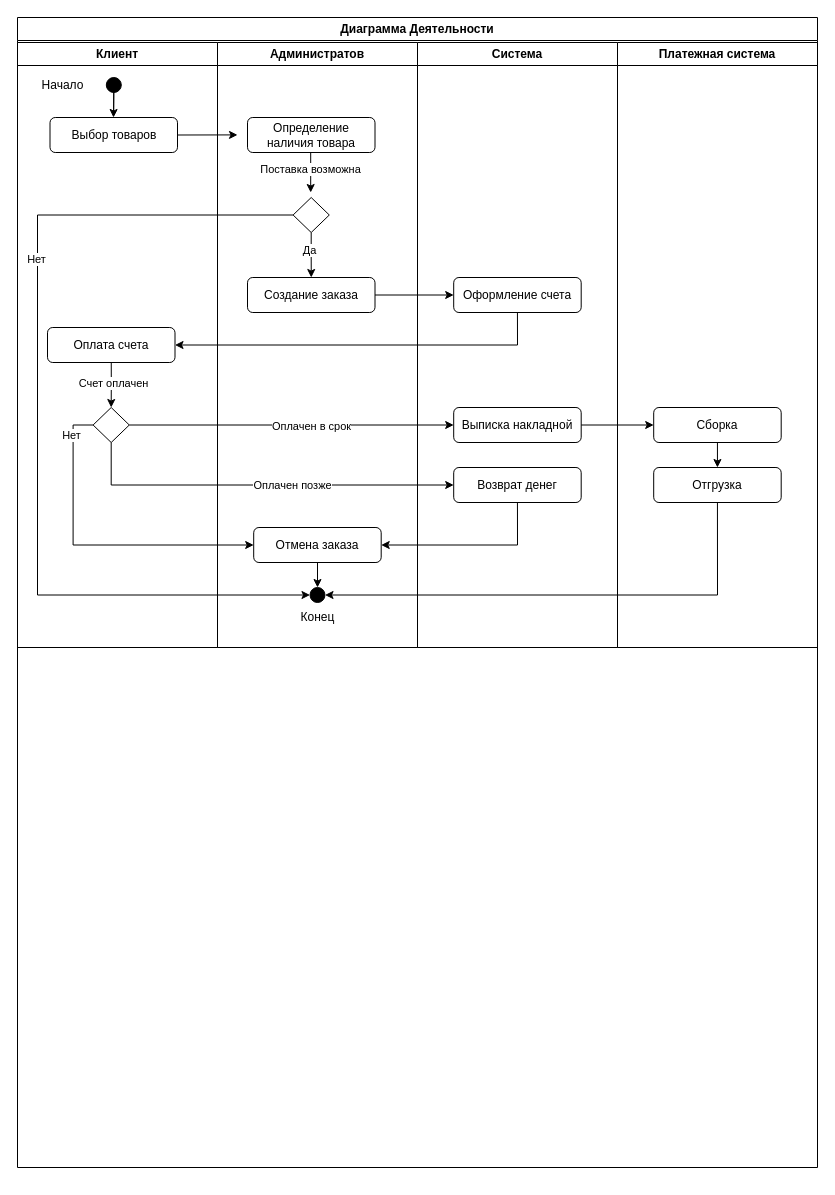
dubnart/netology keeps this draw.io diagram as Диаграмма деятельности.drawio. Above is the earlier version. Source tidied: cells renumbered, new cells numbered last; positions are measured from the earlier drawing's top-left corner, leaving out a move shared by most shapes. Both pictures are drawn from the tidied source at 100%, with x=0, y=0 at pixel (17, 17).
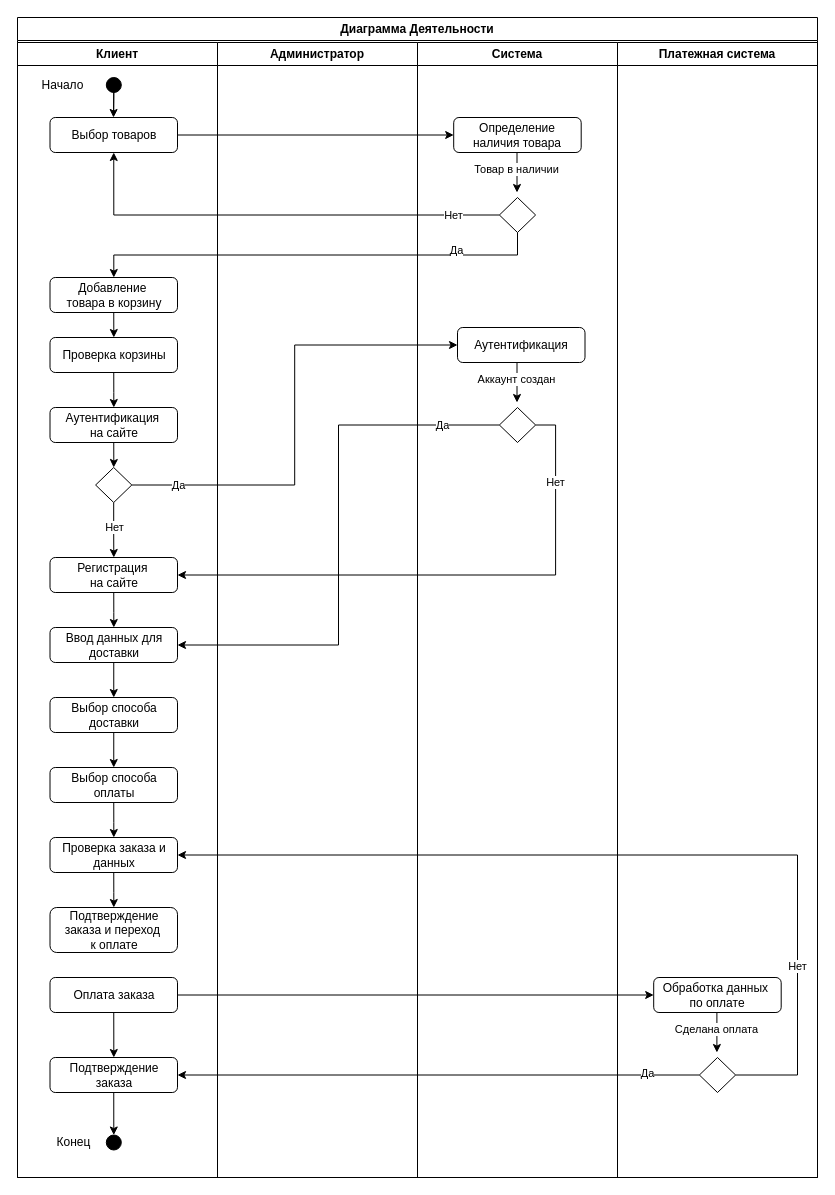
After the change.

Unchanged cells that the change refers to:
```xml
<mxCell id="6" value="Выбор товаров" style="rounded=1;whiteSpace=wrap;html=1;" parent="3" vertex="1">
  <mxGeometry x="32.5" y="75" width="127.5" height="35" as="geometry" />
</mxCell>
```

Change to the diagram source:
```diff
@@
     <mxCell id="2" value="Диаграмма Деятельности" style="swimlane;whiteSpace=wrap;html=1;" parent="1" vertex="1">
-      <mxGeometry width="800" height="1150" as="geometry" />
+      <mxGeometry width="800" height="1160" as="geometry" />
     </mxCell>
     <mxCell id="3" value="Клиент" style="swimlane;whiteSpace=wrap;html=1;" parent="2" vertex="1">
-      <mxGeometry y="25" width="200" height="605" as="geometry" />
+      <mxGeometry y="25" width="200" height="1135" as="geometry" />
     </mxCell>
@@
-    <mxCell id="9" style="edgeStyle=orthogonalEdgeStyle;rounded=0;jettySize=auto;html=1;exitX=0.5;exitY=1;exitDx=0;exitDy=0;" parent="3" edge="1" source="11" target="12">
-      <mxGeometry relative="1" as="geometry" />
-    </mxCell>
-    <mxCell id="10" value="Счет оплачен" style="edgeLabel;html=1;align=center;verticalAlign=middle;" parent="9" vertex="1">
-      <mxGeometry x="-0.06" y="2" relative="1" as="geometry" />
-    </mxCell>
-    <mxCell id="11" value="Оплата счета" style="rounded=1;whiteSpace=wrap;html=1;" parent="3" vertex="1">
-      <mxGeometry x="30" y="285" width="127.5" height="35" as="geometry" />
-    </mxCell>
-    <mxCell id="12" style="rhombus;whiteSpace=wrap;html=1;" parent="3" vertex="1">
-      <mxGeometry x="75.6" y="365" width="36.2" height="35" as="geometry" />
-    </mxCell>
+    <mxCell id="47" style="edgeStyle=orthogonalEdgeStyle;rounded=0;jettySize=auto;html=1;exitX=0.5;exitY=1;exitDx=0;exitDy=0;" parent="3" edge="1" source="29" target="49">
+      <mxGeometry relative="1" as="geometry" />
+    </mxCell>
+    <mxCell id="29" value="Добавление&amp;nbsp;&lt;div&gt;товара&amp;nbsp;&lt;span style=&quot;background-color: initial;&quot;&gt;в корзину&lt;/span&gt;&lt;/div&gt;" style="rounded=1;whiteSpace=wrap;html=1;" parent="3" vertex="1">
+      <mxGeometry x="32.5" y="235" width="127.5" height="35" as="geometry" />
+    </mxCell>
+    <mxCell id="48" style="edgeStyle=orthogonalEdgeStyle;rounded=0;jettySize=auto;html=1;exitX=0.5;exitY=1;exitDx=0;exitDy=0;" parent="3" edge="1" source="49" target="51">
+      <mxGeometry relative="1" as="geometry" />
+    </mxCell>
+    <mxCell id="49" value="Проверка корзины" style="rounded=1;whiteSpace=wrap;html=1;" parent="3" vertex="1">
+      <mxGeometry x="32.5" y="295" width="127.5" height="35" as="geometry" />
+    </mxCell>
+    <mxCell id="50" style="edgeStyle=orthogonalEdgeStyle;rounded=0;jettySize=auto;html=1;exitX=0.5;exitY=1;exitDx=0;exitDy=0;" parent="3" edge="1" source="51" target="56">
+      <mxGeometry relative="1" as="geometry" />
+    </mxCell>
+    <mxCell id="51" value="Аутентификация&amp;nbsp;&lt;div&gt;на сайте&lt;/div&gt;" style="rounded=1;whiteSpace=wrap;html=1;" parent="3" vertex="1">
+      <mxGeometry x="32.5" y="365" width="127.5" height="35" as="geometry" />
+    </mxCell>
+    <mxCell id="52" style="edgeStyle=orthogonalEdgeStyle;rounded=0;jettySize=auto;html=1;exitX=0.5;exitY=1;exitDx=0;exitDy=0;" parent="3" edge="1" source="53" target="58">
+      <mxGeometry relative="1" as="geometry" />
+    </mxCell>
+    <mxCell id="53" value="Регистрация&amp;nbsp;&lt;div&gt;на сайте&lt;/div&gt;" style="rounded=1;whiteSpace=wrap;html=1;" parent="3" vertex="1">
+      <mxGeometry x="32.5" y="515" width="127.5" height="35" as="geometry" />
+    </mxCell>
+    <mxCell id="54" style="edgeStyle=orthogonalEdgeStyle;rounded=0;jettySize=auto;html=1;exitX=0.5;exitY=1;exitDx=0;exitDy=0;" parent="3" edge="1" source="56" target="53">
+      <mxGeometry relative="1" as="geometry" />
+    </mxCell>
+    <mxCell id="55" value="Нет" style="edgeLabel;html=1;align=center;verticalAlign=middle;" parent="54" vertex="1">
+      <mxGeometry x="-0.13" relative="1" as="geometry" />
+    </mxCell>
+    <mxCell id="56" style="rhombus;whiteSpace=wrap;html=1;" parent="3" vertex="1">
+      <mxGeometry x="78.1" y="425" width="36.2" height="35" as="geometry" />
+    </mxCell>
+    <mxCell id="57" style="edgeStyle=orthogonalEdgeStyle;rounded=0;jettySize=auto;html=1;exitX=0.5;exitY=1;exitDx=0;exitDy=0;entryX=0.5;entryY=0;entryDx=0;entryDy=0;" parent="3" edge="1" source="58" target="60">
+      <mxGeometry relative="1" as="geometry" />
+    </mxCell>
+    <mxCell id="58" value="Ввод данных для доставки" style="rounded=1;whiteSpace=wrap;html=1;" parent="3" vertex="1">
+      <mxGeometry x="32.5" y="585" width="127.5" height="35" as="geometry" />
+    </mxCell>
+    <mxCell id="59" style="edgeStyle=orthogonalEdgeStyle;rounded=0;jettySize=auto;html=1;exitX=0.5;exitY=1;exitDx=0;exitDy=0;entryX=0.5;entryY=0;entryDx=0;entryDy=0;" parent="3" edge="1" source="60" target="62">
+      <mxGeometry relative="1" as="geometry" />
+    </mxCell>
+    <mxCell id="60" value="Выбор способа доставки" style="rounded=1;whiteSpace=wrap;html=1;" parent="3" vertex="1">
+      <mxGeometry x="32.5" y="655" width="127.5" height="35" as="geometry" />
+    </mxCell>
+    <mxCell id="61" style="edgeStyle=orthogonalEdgeStyle;rounded=0;jettySize=auto;html=1;exitX=0.5;exitY=1;exitDx=0;exitDy=0;" parent="3" edge="1" source="62" target="64">
+      <mxGeometry relative="1" as="geometry" />
+    </mxCell>
+    <mxCell id="62" value="Выбор способа оплаты" style="rounded=1;whiteSpace=wrap;html=1;" parent="3" vertex="1">
+      <mxGeometry x="32.5" y="725" width="127.5" height="35" as="geometry" />
+    </mxCell>
+    <mxCell id="63" style="edgeStyle=orthogonalEdgeStyle;rounded=0;jettySize=auto;html=1;exitX=0.5;exitY=1;exitDx=0;exitDy=0;" parent="3" edge="1" source="64" target="65">
+      <mxGeometry relative="1" as="geometry" />
+    </mxCell>
+    <mxCell id="64" value="Проверка заказа и данных" style="rounded=1;whiteSpace=wrap;html=1;" parent="3" vertex="1">
+      <mxGeometry x="32.5" y="795" width="127.5" height="35" as="geometry" />
+    </mxCell>
+    <mxCell id="65" value="Подтверждение заказа и&amp;nbsp;&lt;span style=&quot;background-color: initial;&quot;&gt;переход&amp;nbsp;&lt;/span&gt;&lt;div&gt;&lt;span style=&quot;background-color: initial;&quot;&gt;к оплате&lt;/span&gt;&lt;/div&gt;" style="rounded=1;whiteSpace=wrap;html=1;" parent="3" vertex="1">
+      <mxGeometry x="32.5" y="865" width="127.5" height="45" as="geometry" />
+    </mxCell>
+    <mxCell id="66" style="edgeStyle=orthogonalEdgeStyle;rounded=0;jettySize=auto;html=1;exitX=0.5;exitY=1;exitDx=0;exitDy=0;" parent="3" edge="1" source="67" target="69">
+      <mxGeometry relative="1" as="geometry" />
+    </mxCell>
+    <mxCell id="67" value="Оплата заказа" style="rounded=1;whiteSpace=wrap;html=1;" parent="3" vertex="1">
+      <mxGeometry x="32.5" y="935" width="127.5" height="35" as="geometry" />
+    </mxCell>
+    <mxCell id="68" style="edgeStyle=orthogonalEdgeStyle;rounded=0;jettySize=auto;html=1;exitX=0.5;exitY=1;exitDx=0;exitDy=0;entryX=0.5;entryY=0;entryDx=0;entryDy=0;" parent="3" edge="1" source="69" target="70">
+      <mxGeometry relative="1" as="geometry" />
+    </mxCell>
+    <mxCell id="69" value="Подтверждение заказа" style="rounded=1;whiteSpace=wrap;html=1;" parent="3" vertex="1">
+      <mxGeometry x="32.5" y="1015" width="127.5" height="35" as="geometry" />
+    </mxCell>
+    <mxCell id="27" value="Конец" style="text;html=1;align=center;verticalAlign=middle;strokeColor=none;fillColor=none;" parent="3" vertex="1">
+      <mxGeometry x="25.6" y="1085" width="60" height="30" as="geometry" />
+    </mxCell>
+    <mxCell id="70" style="ellipse;whiteSpace=wrap;html=1;fillColor=#000000;" parent="3" vertex="1">
+      <mxGeometry x="88.8" y="1092.5" width="15" height="15" as="geometry" />
+    </mxCell>
-    <mxCell id="13" value="Администратов" style="swimlane;whiteSpace=wrap;html=1;startSize=23;" parent="2" vertex="1">
-      <mxGeometry x="200" y="25" width="200" height="605" as="geometry" />
+    <mxCell id="13" value="Администратор" style="swimlane;whiteSpace=wrap;html=1;startSize=23;" parent="2" vertex="1">
+      <mxGeometry x="200" y="25" width="200" height="1135" as="geometry" />
     </mxCell>
-    <mxCell id="14" style="endArrow=classic;html=1;rounded=0;exitX=1;exitY=0.5;exitDx=0;exitDy=0;" parent="13" edge="1" source="6">
-      <mxGeometry relative="1" as="geometry">
-        <mxPoint x="20" y="92.4" as="targetPoint" />
-      </mxGeometry>
-    </mxCell>
+    <mxCell id="28" value="Система" style="swimlane;whiteSpace=wrap;html=1;startSize=23;" parent="2" vertex="1">
+      <mxGeometry x="400" y="25" width="200" height="1135" as="geometry" />
+    </mxCell>
-    <mxCell id="15" value="Определение&lt;div&gt;наличия товара&lt;/div&gt;" style="rounded=1;whiteSpace=wrap;html=1;" parent="13" vertex="1">
-      <mxGeometry x="30" y="75" width="127.5" height="35" as="geometry" />
+    <mxCell id="15" value="Определение&lt;div&gt;наличия товара&lt;/div&gt;" style="rounded=1;whiteSpace=wrap;html=1;" parent="28" vertex="1">
+      <mxGeometry x="36.2" y="75" width="127.5" height="35" as="geometry" />
     </mxCell>
-    <mxCell id="16" style="endArrow=classic;html=1;rounded=0;" parent="13" edge="1">
+    <mxCell id="16" style="endArrow=classic;html=1;rounded=0;" parent="28" edge="1">
       <mxGeometry relative="1" as="geometry">
-        <mxPoint x="93.2" y="110" as="sourcePoint" />
-        <mxPoint x="93.2" y="150" as="targetPoint" />
+        <mxPoint x="99.5" y="110" as="sourcePoint" />
+        <mxPoint x="99.5" y="150" as="targetPoint" />
       </mxGeometry>
     </mxCell>
-    <mxCell id="17" value="Поставка возможна" style="edgeLabel;html=1;align=center;verticalAlign=middle;" parent="16" vertex="1">
+    <mxCell id="17" value="Товар в наличии" style="edgeLabel;html=1;align=center;verticalAlign=middle;" parent="16" vertex="1">
       <mxGeometry x="-0.18" y="-1" relative="1" as="geometry" />
     </mxCell>
+    <mxCell id="22" style="rhombus;whiteSpace=wrap;html=1;" parent="28" vertex="1">
+      <mxGeometry x="81.9" y="155" width="36.2" height="35" as="geometry" />
+    </mxCell>
+    <mxCell id="71" value="Аутентификация" style="rounded=1;whiteSpace=wrap;html=1;" parent="28" vertex="1">
+      <mxGeometry x="40" y="285" width="127.5" height="35" as="geometry" />
+    </mxCell>
+    <mxCell id="72" style="endArrow=classic;html=1;rounded=0;" parent="28" edge="1">
+      <mxGeometry relative="1" as="geometry">
+        <mxPoint x="99.5" y="320" as="sourcePoint" />
+        <mxPoint x="99.5" y="360" as="targetPoint" />
+      </mxGeometry>
+    </mxCell>
+    <mxCell id="73" value="Аккаунт создан" style="edgeLabel;html=1;align=center;verticalAlign=middle;" parent="72" vertex="1">
+      <mxGeometry x="-0.18" y="-1" relative="1" as="geometry" />
+    </mxCell>
+    <mxCell id="74" style="rhombus;whiteSpace=wrap;html=1;" parent="28" vertex="1">
+      <mxGeometry x="81.9" y="365" width="36.2" height="35" as="geometry" />
+    </mxCell>
+    <mxCell id="32" value="Платежная система" style="swimlane;whiteSpace=wrap;html=1;" parent="2" vertex="1">
+      <mxGeometry x="600" y="25" width="200" height="1135" as="geometry" />
+    </mxCell>
+    <mxCell id="75" value="Обработка данных&amp;nbsp;&lt;div&gt;по оплате&lt;/div&gt;" style="rounded=1;whiteSpace=wrap;html=1;" parent="32" vertex="1">
+      <mxGeometry x="36.2" y="935" width="127.5" height="35" as="geometry" />
+    </mxCell>
+    <mxCell id="76" style="rhombus;whiteSpace=wrap;html=1;" parent="32" vertex="1">
+      <mxGeometry x="81.9" y="1015" width="36.2" height="35" as="geometry" />
+    </mxCell>
+    <mxCell id="77" style="endArrow=classic;html=1;rounded=0;" parent="32" edge="1">
+      <mxGeometry relative="1" as="geometry">
+        <mxPoint x="99.4" y="970" as="sourcePoint" />
+        <mxPoint x="99.4" y="1010" as="targetPoint" />
+      </mxGeometry>
+    </mxCell>
+    <mxCell id="78" value="Сделана оплата" style="edgeLabel;html=1;align=center;verticalAlign=middle;" parent="77" vertex="1">
+      <mxGeometry x="-0.18" y="-1" relative="1" as="geometry" />
+    </mxCell>
+    <mxCell id="14" style="endArrow=classic;html=1;rounded=0;exitX=1;exitY=0.5;exitDx=0;exitDy=0;entryX=0;entryY=0.5;entryDx=0;entryDy=0;" parent="2" edge="1" source="6" target="15">
+      <mxGeometry relative="1" as="geometry" />
+    </mxCell>
+    <mxCell id="20" style="edgeStyle=orthogonalEdgeStyle;rounded=0;jettySize=auto;html=1;exitX=0;exitY=0.5;exitDx=0;exitDy=0;entryX=0.5;entryY=1;entryDx=0;entryDy=0;" parent="2" edge="1" source="22" target="6">
+      <mxGeometry relative="1" as="geometry">
+        <Array as="points">
+          <mxPoint x="96" y="198" />
+        </Array>
+      </mxGeometry>
+    </mxCell>
+    <mxCell id="21" value="Нет" style="edgeLabel;html=1;align=center;verticalAlign=middle;" parent="20" vertex="1">
+      <mxGeometry x="-0.34" y="-2" relative="1" as="geometry">
+        <mxPoint x="102" y="2" as="offset" />
+      </mxGeometry>
+    </mxCell>
-    <mxCell id="18" style="edgeStyle=orthogonalEdgeStyle;rounded=0;jettySize=auto;html=1;exitX=0.5;exitY=1;exitDx=0;exitDy=0;entryX=0.5;entryY=0;entryDx=0;entryDy=0;" parent="13" edge="1" source="22" target="23">
+    <mxCell id="18" style="edgeStyle=orthogonalEdgeStyle;rounded=0;jettySize=auto;html=1;exitX=0.5;exitY=1;exitDx=0;exitDy=0;" parent="2" edge="1" source="22" target="29">
       <mxGeometry relative="1" as="geometry" />
     </mxCell>
     <mxCell id="19" value="Да" style="edgeLabel;html=1;align=center;verticalAlign=middle;" parent="18" vertex="1">
-      <mxGeometry x="-0.23" y="-2" relative="1" as="geometry" />
+      <mxGeometry x="-0.23" y="-2" relative="1" as="geometry">
+        <mxPoint x="89" y="-3" as="offset" />
+      </mxGeometry>
     </mxCell>
-    <mxCell id="20" style="edgeStyle=orthogonalEdgeStyle;rounded=0;jettySize=auto;html=1;exitX=0;exitY=0.5;exitDx=0;exitDy=0;entryX=0;entryY=0.5;entryDx=0;entryDy=0;" parent="13" edge="1" source="22" target="26">
-      <mxGeometry relative="1" as="geometry">
-        <Array as="points">
-          <mxPoint x="-180" y="173" />
-          <mxPoint x="-180" y="553" />
-        </Array>
-      </mxGeometry>
-    </mxCell>
-    <mxCell id="21" value="Нет" style="edgeLabel;html=1;align=center;verticalAlign=middle;" parent="20" vertex="1">
-      <mxGeometry x="-0.34" y="-2" relative="1" as="geometry" />
-    </mxCell>
-    <mxCell id="22" style="rhombus;whiteSpace=wrap;html=1;" parent="13" vertex="1">
-      <mxGeometry x="75.6" y="155" width="36.2" height="35" as="geometry" />
-    </mxCell>
-    <mxCell id="23" value="Создание заказа" style="rounded=1;whiteSpace=wrap;html=1;" parent="13" vertex="1">
-      <mxGeometry x="30" y="235" width="127.5" height="35" as="geometry" />
-    </mxCell>
-    <mxCell id="24" style="edgeStyle=orthogonalEdgeStyle;rounded=0;jettySize=auto;html=1;entryX=0.5;entryY=0;entryDx=0;entryDy=0;" parent="13" edge="1" source="25" target="26">
-      <mxGeometry relative="1" as="geometry" />
-    </mxCell>
-    <mxCell id="25" value="Отмена заказа" style="rounded=1;whiteSpace=wrap;html=1;" parent="13" vertex="1">
-      <mxGeometry x="36.2" y="485" width="127.5" height="35" as="geometry" />
-    </mxCell>
-    <mxCell id="26" style="ellipse;whiteSpace=wrap;html=1;fillColor=#000000;" parent="13" vertex="1">
-      <mxGeometry x="92.5" y="545" width="15" height="15" as="geometry" />
-    </mxCell>
-    <mxCell id="27" value="Конец" style="text;html=1;align=center;verticalAlign=middle;strokeColor=none;fillColor=none;" parent="13" vertex="1">
-      <mxGeometry x="70" y="560" width="60" height="30" as="geometry" />
-    </mxCell>
-    <mxCell id="28" value="Система" style="swimlane;whiteSpace=wrap;html=1;startSize=23;" parent="2" vertex="1">
-      <mxGeometry x="400" y="25" width="200" height="605" as="geometry" />
-    </mxCell>
-    <mxCell id="29" value="Оформление счета" style="rounded=1;whiteSpace=wrap;html=1;" parent="28" vertex="1">
-      <mxGeometry x="36.2" y="235" width="127.5" height="35" as="geometry" />
-    </mxCell>
-    <mxCell id="30" value="Выписка накладной" style="rounded=1;whiteSpace=wrap;html=1;" parent="28" vertex="1">
-      <mxGeometry x="36.2" y="365" width="127.5" height="35" as="geometry" />
-    </mxCell>
-    <mxCell id="31" value="Возврат денег" style="rounded=1;whiteSpace=wrap;html=1;" parent="28" vertex="1">
-      <mxGeometry x="36.2" y="425" width="127.5" height="35" as="geometry" />
-    </mxCell>
-    <mxCell id="32" value="Платежная система" style="swimlane;whiteSpace=wrap;html=1;" parent="2" vertex="1">
-      <mxGeometry x="600" y="25" width="200" height="605" as="geometry" />
-    </mxCell>
-    <mxCell id="33" style="edgeStyle=orthogonalEdgeStyle;rounded=0;jettySize=auto;html=1;exitX=0.5;exitY=1;exitDx=0;exitDy=0;entryX=0.5;entryY=0;entryDx=0;entryDy=0;" parent="32" edge="1" source="34" target="35">
-      <mxGeometry relative="1" as="geometry" />
-    </mxCell>
-    <mxCell id="34" value="Сборка" style="rounded=1;whiteSpace=wrap;html=1;" parent="32" vertex="1">
-      <mxGeometry x="36.2" y="365" width="127.5" height="35" as="geometry" />
-    </mxCell>
-    <mxCell id="35" value="Отгрузка" style="rounded=1;whiteSpace=wrap;html=1;" parent="32" vertex="1">
-      <mxGeometry x="36.2" y="425" width="127.5" height="35" as="geometry" />
-    </mxCell>
-    <mxCell id="36" style="edgeStyle=orthogonalEdgeStyle;rounded=0;jettySize=auto;html=1;exitX=1;exitY=0.5;exitDx=0;exitDy=0;entryX=0;entryY=0.5;entryDx=0;entryDy=0;" parent="2" edge="1" source="23" target="29">
-      <mxGeometry relative="1" as="geometry" />
-    </mxCell>
-    <mxCell id="37" style="edgeStyle=orthogonalEdgeStyle;rounded=0;jettySize=auto;html=1;exitX=0.5;exitY=1;exitDx=0;exitDy=0;entryX=1;entryY=0.5;entryDx=0;entryDy=0;" parent="2" edge="1" source="29" target="11">
-      <mxGeometry relative="1" as="geometry" />
-    </mxCell>
-    <mxCell id="38" style="edgeStyle=orthogonalEdgeStyle;rounded=0;jettySize=auto;html=1;exitX=1;exitY=0.5;exitDx=0;exitDy=0;" parent="2" edge="1" source="12" target="30">
-      <mxGeometry relative="1" as="geometry" />
-    </mxCell>
-    <mxCell id="39" value="Оплачен в срок" style="edgeLabel;html=1;align=center;verticalAlign=middle;" parent="38" vertex="1">
-      <mxGeometry x="0.12" y="-1" relative="1" as="geometry" />
-    </mxCell>
-    <mxCell id="40" style="edgeStyle=orthogonalEdgeStyle;rounded=0;jettySize=auto;html=1;exitX=0;exitY=0.5;exitDx=0;exitDy=0;entryX=0;entryY=0.5;entryDx=0;entryDy=0;" parent="2" edge="1" source="12" target="25">
-      <mxGeometry relative="1" as="geometry" />
-    </mxCell>
-    <mxCell id="41" value="Нет" style="edgeLabel;html=1;align=center;verticalAlign=middle;" parent="40" vertex="1">
-      <mxGeometry x="-0.81" y="-2" relative="1" as="geometry" />
-    </mxCell>
-    <mxCell id="42" style="edgeStyle=orthogonalEdgeStyle;rounded=0;jettySize=auto;html=1;exitX=0.5;exitY=1;exitDx=0;exitDy=0;entryX=1;entryY=0.5;entryDx=0;entryDy=0;" parent="2" edge="1" source="31" target="25">
-      <mxGeometry relative="1" as="geometry" />
-    </mxCell>
-    <mxCell id="43" style="edgeStyle=orthogonalEdgeStyle;rounded=0;jettySize=auto;html=1;exitX=0.5;exitY=1;exitDx=0;exitDy=0;entryX=0;entryY=0.5;entryDx=0;entryDy=0;" parent="2" edge="1" source="12" target="31">
-      <mxGeometry relative="1" as="geometry" />
-    </mxCell>
-    <mxCell id="44" value="Оплачен позже" style="edgeLabel;html=1;align=center;verticalAlign=middle;" parent="43" vertex="1">
-      <mxGeometry x="0.16" relative="1" as="geometry" />
-    </mxCell>
-    <mxCell id="45" style="edgeStyle=orthogonalEdgeStyle;rounded=0;jettySize=auto;html=1;exitX=1;exitY=0.5;exitDx=0;exitDy=0;entryX=0;entryY=0.5;entryDx=0;entryDy=0;" parent="2" edge="1" source="30" target="34">
-      <mxGeometry relative="1" as="geometry" />
-    </mxCell>
-    <mxCell id="46" style="edgeStyle=orthogonalEdgeStyle;rounded=0;jettySize=auto;html=1;exitX=0.5;exitY=1;exitDx=0;exitDy=0;entryX=1;entryY=0.5;entryDx=0;entryDy=0;" parent="2" edge="1" source="35" target="26">
-      <mxGeometry relative="1" as="geometry" />
-    </mxCell>
+    <mxCell id="79" style="edgeStyle=orthogonalEdgeStyle;rounded=0;jettySize=auto;html=1;exitX=1;exitY=0.5;exitDx=0;exitDy=0;entryX=0;entryY=0.5;entryDx=0;entryDy=0;" parent="2" edge="1" source="56" target="71">
+      <mxGeometry relative="1" as="geometry" />
+    </mxCell>
+    <mxCell id="80" value="Да" style="edgeLabel;html=1;align=center;verticalAlign=middle;" parent="79" vertex="1">
+      <mxGeometry x="-0.8" y="1" relative="1" as="geometry">
+        <mxPoint x="-1" y="1" as="offset" />
+      </mxGeometry>
+    </mxCell>
+    <mxCell id="81" style="edgeStyle=orthogonalEdgeStyle;rounded=0;jettySize=auto;html=1;exitX=0;exitY=0.5;exitDx=0;exitDy=0;entryX=1;entryY=0.5;entryDx=0;entryDy=0;" parent="2" edge="1" source="74" target="58">
+      <mxGeometry relative="1" as="geometry" />
+    </mxCell>
+    <mxCell id="82" value="Да" style="edgeLabel;html=1;align=center;verticalAlign=middle;" parent="81" vertex="1">
+      <mxGeometry x="-0.79" relative="1" as="geometry" />
+    </mxCell>
+    <mxCell id="83" style="edgeStyle=orthogonalEdgeStyle;rounded=0;jettySize=auto;html=1;exitX=1;exitY=0.5;exitDx=0;exitDy=0;entryX=1;entryY=0.5;entryDx=0;entryDy=0;" parent="2" edge="1" source="74" target="53">
+      <mxGeometry relative="1" as="geometry" />
+    </mxCell>
+    <mxCell id="84" value="Нет" style="edgeLabel;html=1;align=center;verticalAlign=middle;" parent="83" vertex="1">
+      <mxGeometry x="-0.72" y="-1" relative="1" as="geometry" />
+    </mxCell>
+    <mxCell id="85" style="edgeStyle=orthogonalEdgeStyle;rounded=0;jettySize=auto;html=1;exitX=1;exitY=0.5;exitDx=0;exitDy=0;" parent="2" edge="1" source="67" target="75">
+      <mxGeometry relative="1" as="geometry" />
+    </mxCell>
+    <mxCell id="86" style="edgeStyle=orthogonalEdgeStyle;rounded=0;jettySize=auto;html=1;exitX=0;exitY=0.5;exitDx=0;exitDy=0;" parent="2" edge="1" source="76" target="69">
+      <mxGeometry relative="1" as="geometry" />
+    </mxCell>
+    <mxCell id="87" value="Да" style="edgeLabel;html=1;align=center;verticalAlign=middle;" parent="86" vertex="1">
+      <mxGeometry x="-0.8" y="-2" relative="1" as="geometry" />
+    </mxCell>
+    <mxCell id="88" style="edgeStyle=orthogonalEdgeStyle;rounded=0;jettySize=auto;html=1;exitX=1;exitY=0.5;exitDx=0;exitDy=0;entryX=1;entryY=0.5;entryDx=0;entryDy=0;" parent="2" edge="1" source="76" target="64">
+      <mxGeometry relative="1" as="geometry">
+        <Array as="points">
+          <mxPoint x="780" y="1058" />
+          <mxPoint x="780" y="838" />
+        </Array>
+      </mxGeometry>
+    </mxCell>
+    <mxCell id="89" value="Нет" style="edgeLabel;html=1;align=center;verticalAlign=middle;" parent="88" vertex="1">
+      <mxGeometry x="-0.62" y="1" relative="1" as="geometry" />
+    </mxCell>
```
